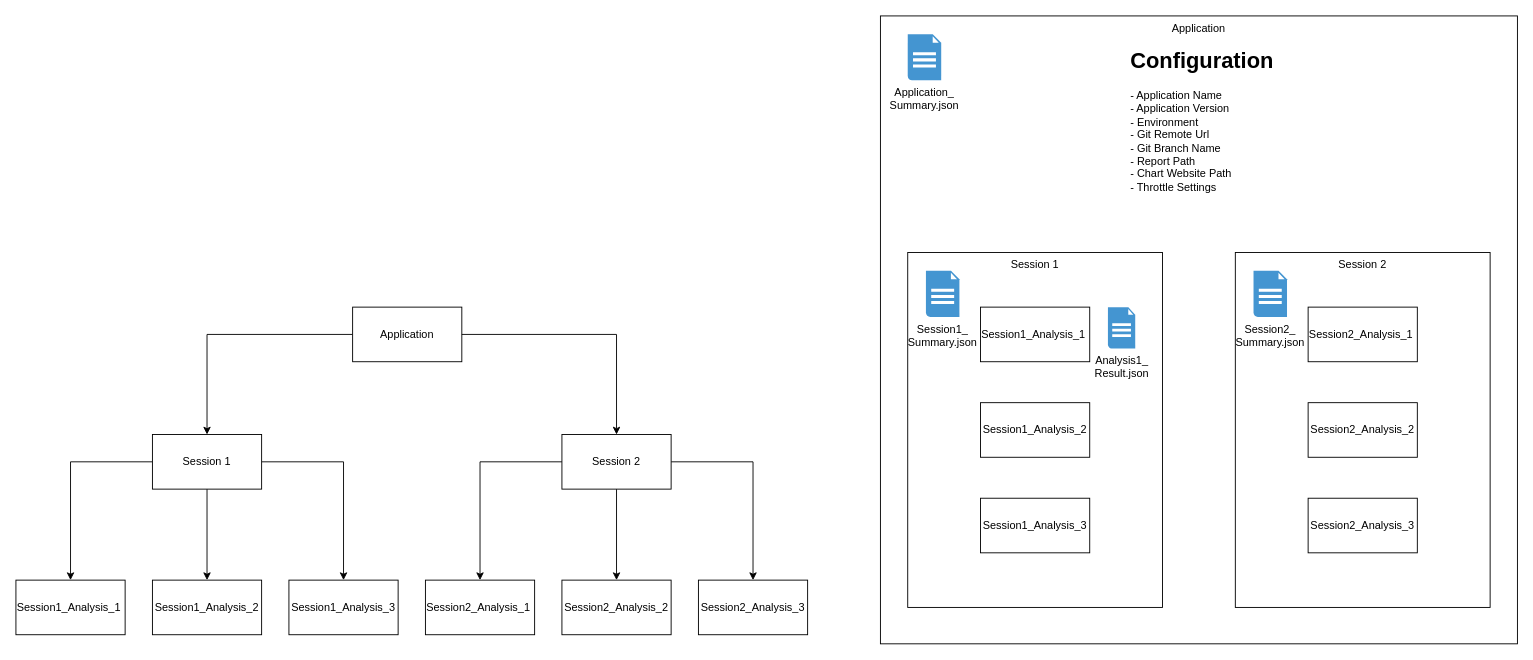
kokenconsulting/website-performance-analysis-lighthouse-draft keeps this draw.io diagram as Overview.drawio. Above is the earlier version. Source tidied: cells renumbered, new cells numbered last; positions are measured from the earlier drawing's top-left corner, leaving out a move shared by most shapes. Both pictures are drawn from the tidied source at 91%, with x=0, y=0 at pixel (15, 15).
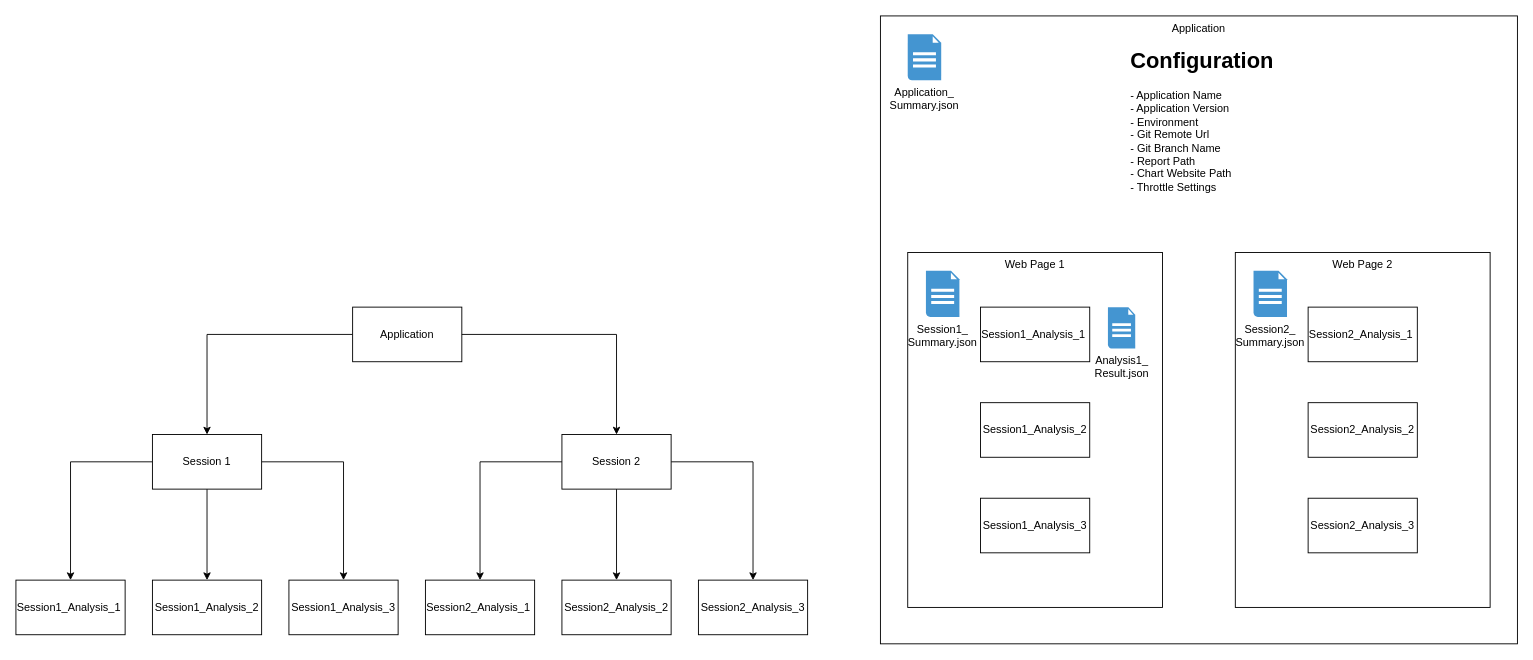
After the change.

Unchanged cells that the change refers to:
```xml
<mxCell id="2" value="Application" style="rounded=0;whiteSpace=wrap;html=1;verticalAlign=top;" parent="1" vertex="1">
  <mxGeometry x="950" width="700" height="690" as="geometry" />
</mxCell>
```

Diff of the diagram source:
```diff
@@
-    <mxCell id="3" value="Session 1" style="rounded=0;whiteSpace=wrap;html=1;verticalAlign=top;" parent="2" vertex="1">
+    <mxCell id="3" value="Web Page 1" style="rounded=0;whiteSpace=wrap;html=1;verticalAlign=top;" parent="2" vertex="1">
       <mxGeometry x="30" y="260" width="280" height="390" as="geometry" />
     </mxCell>
@@
-    <mxCell id="9" value="Session 2" style="rounded=0;whiteSpace=wrap;html=1;verticalAlign=top;" parent="2" vertex="1">
+    <mxCell id="9" value="Web Page 2" style="rounded=0;whiteSpace=wrap;html=1;verticalAlign=top;" parent="2" vertex="1">
       <mxGeometry x="390" y="260" width="280" height="390" as="geometry" />
     </mxCell>
```
